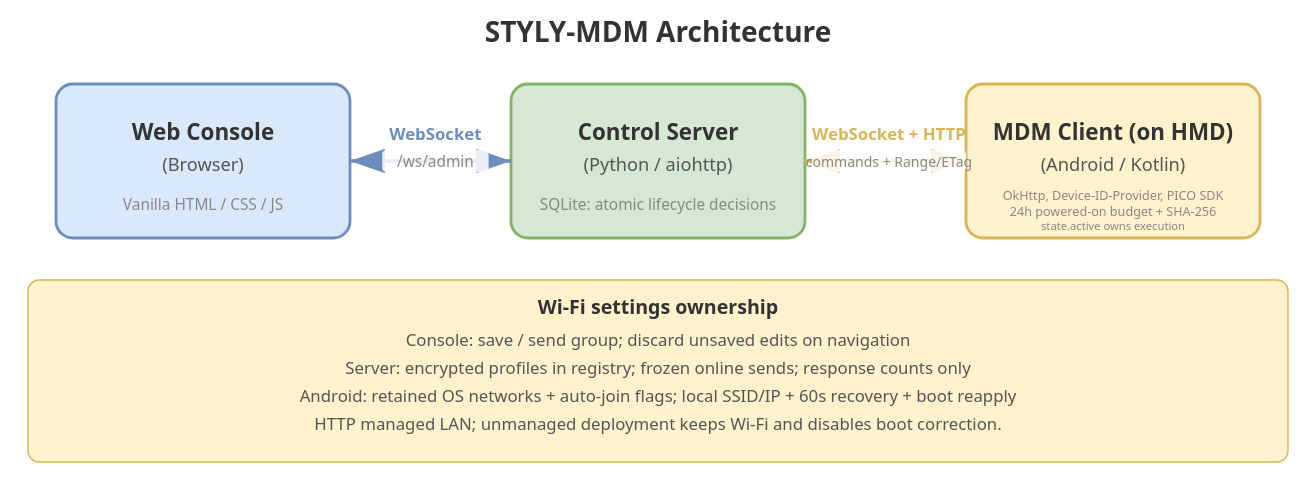
This is docs/architecture.drawio.svg from styly-dev/STYLY-MDM, a draw.io export, as it was before one commit. Source tidied: cells renumbered, new cells last; positions are measured from the earlier drawing's top-left corner, leaving out a move shared by most shapes.
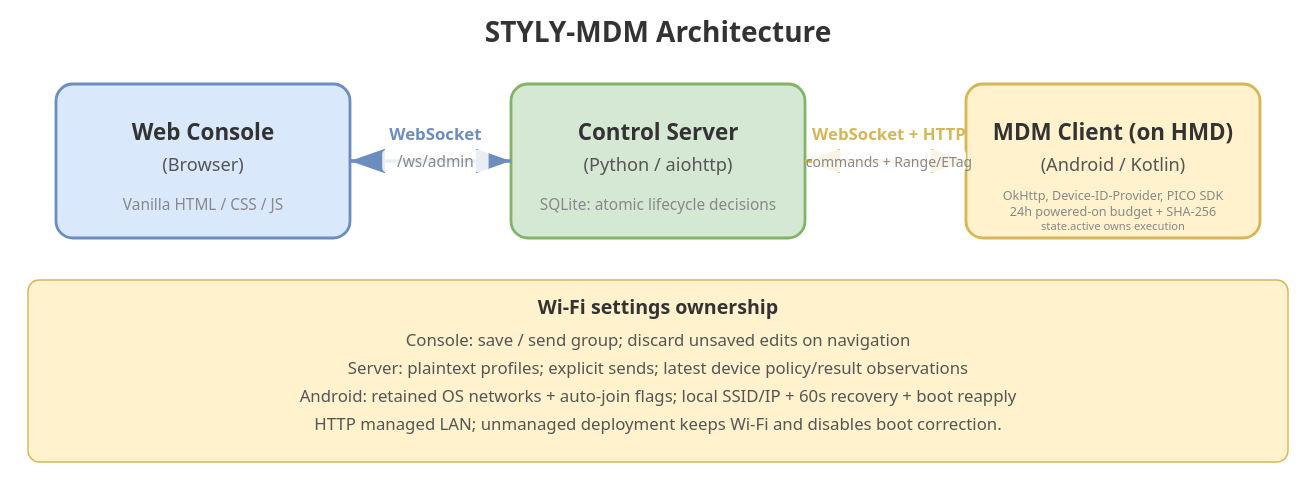
The same diagram one commit later.

Change to the diagram source:
```diff
@@ -44,8 +44,8 @@
     <mxCell id="15" value="&lt;font style=&quot;font-size:16px&quot;&gt;&lt;b&gt;STYLY-MDM Architecture&lt;/b&gt;&lt;/font&gt;" style="text;html=1;align=center;verticalAlign=middle;" parent="1" vertex="1">
       <mxGeometry x="330" width="240" height="40" as="geometry" />
     </mxCell>
-    <mxCell id="16" value="&lt;b&gt;Wi-Fi settings ownership&lt;/b&gt;&lt;br&gt;Console: save profile / send to whole group on the managed LAN&lt;br&gt;Server: encrypted profiles + frozen online delivery; no application-result tracking&lt;br&gt;Android: private durable journal + local SSID + IP success / 60s rollback + once-per-OS-boot baseline&lt;br&gt;HTTP/TLS connection; unmanaged deployment keeps Wi-Fi and disables boot correction." style="rounded=1;whiteSpace=wrap;html=1;fillColor=#fff2cc;strokeColor=#d6b656;fontSize=12;align=center;" parent="1" vertex="1">
-      <mxGeometry y="180" width="900" height="130" as="geometry" />
-    </mxCell>
+    <mxCell id="17" value="&lt;b&gt;Wi-Fi settings ownership&lt;/b&gt;&lt;br&gt;Console: save / send group; discard unsaved edits on navigation&lt;br&gt;Server: plaintext profiles; explicit sends; latest device policy/result observations&lt;br&gt;Android: retained OS networks + auto-join flags; local SSID/IP + 60s recovery + boot reapply&lt;br&gt;HTTP managed LAN; unmanaged deployment keeps Wi-Fi and disables boot correction." style="rounded=1;whiteSpace=wrap;html=1;fillColor=#fff2cc;strokeColor=#d6b656;fontSize=12;align=center;" parent="1" vertex="1">
+      <mxGeometry y="180" width="900" height="130" as="geometry" />
+    </mxCell>
   </root>
 </mxGraphModel>
```
